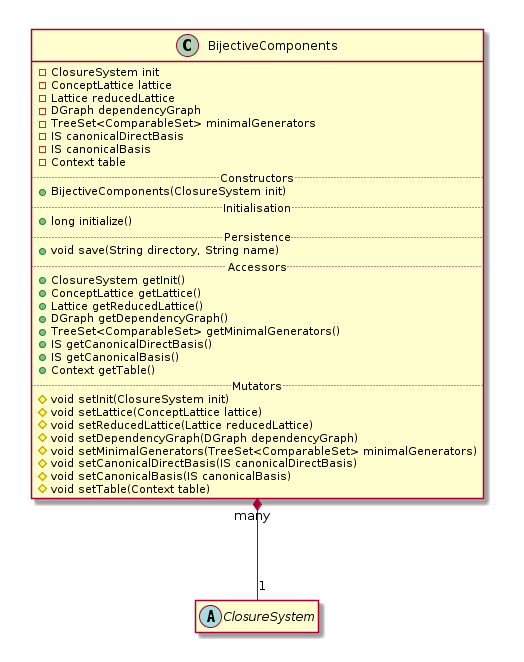
This is api/lattice/BijectiveComponents.png from EstrellaRL/java-lattices, a PlantUML export, as it was before one commit.
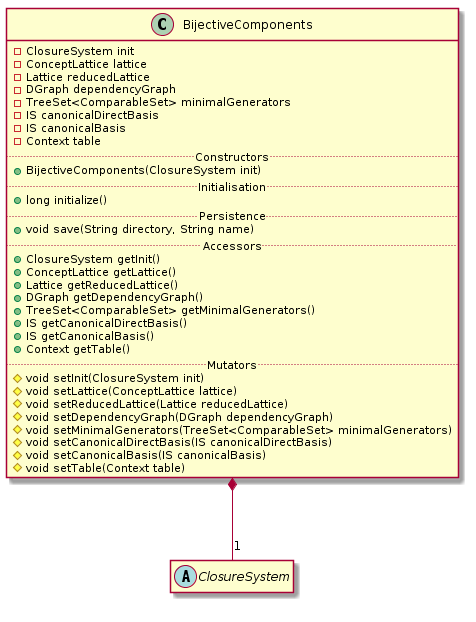
Above is the later version.

Diff of the diagram source:
```diff
@@ -34,10 +34,11 @@
     #void setTable(Context table)
 }
 
+BijectiveComponents *-- "1" ClosureSystem
 
- BijectiveComponents "many" *-- "1" ClosureSystem
+abstract class ClosureSystem
 
- abstract class ClosureSystem
 
- hide empty members
+ hide members
+ show BijectiveComponents members
 @enduml
```
